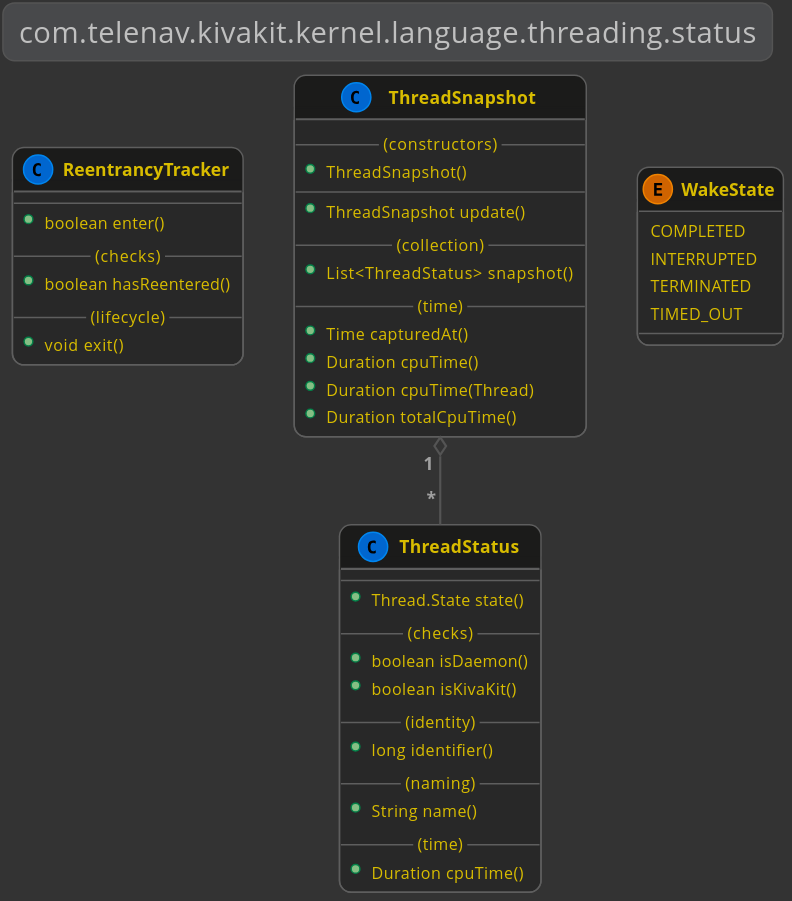
Before: docs/1.3.1-SNAPSHOT/lexakai/kivakit/kivakit-kernel/documentation/diagrams/com.telenav.kivakit.kernel.language.threading.status.svg, a diagram exported from PlantUML (Telenav/kivakit-assets). Source of this version:
```plantuml
@startuml

    !include lexakai.theme

    title "com.telenav.kivakit.kernel.language.threading.status"

    class ReentrancyTracker
    {
        --
        +boolean enter()
        --(checks)--
        +boolean hasReentered()
        --(lifecycle)--
        +void exit()
    }

    ThreadSnapshot "1" o-- "*" ThreadStatus
    class ThreadSnapshot
    {
        --(constructors)--
        +ThreadSnapshot()
        --
        +ThreadSnapshot update()
        --(collection)--
        +List<ThreadStatus> snapshot()
        --(time)--
        +Time capturedAt()
        +Duration cpuTime()
        +Duration cpuTime(Thread)
        +Duration totalCpuTime()
    }

    class ThreadStatus
    {
        --
        +Thread.State state()
        --(checks)--
        +boolean isDaemon()
        +boolean isKivaKit()
        --(identity)--
        +long identifier()
        --(naming)--
        +String name()
        --(time)--
        +Duration cpuTime()
    }

    enum WakeState
    {
        COMPLETED
        INTERRUPTED
        TERMINATED
        TIMED_OUT
    }

@enduml
```
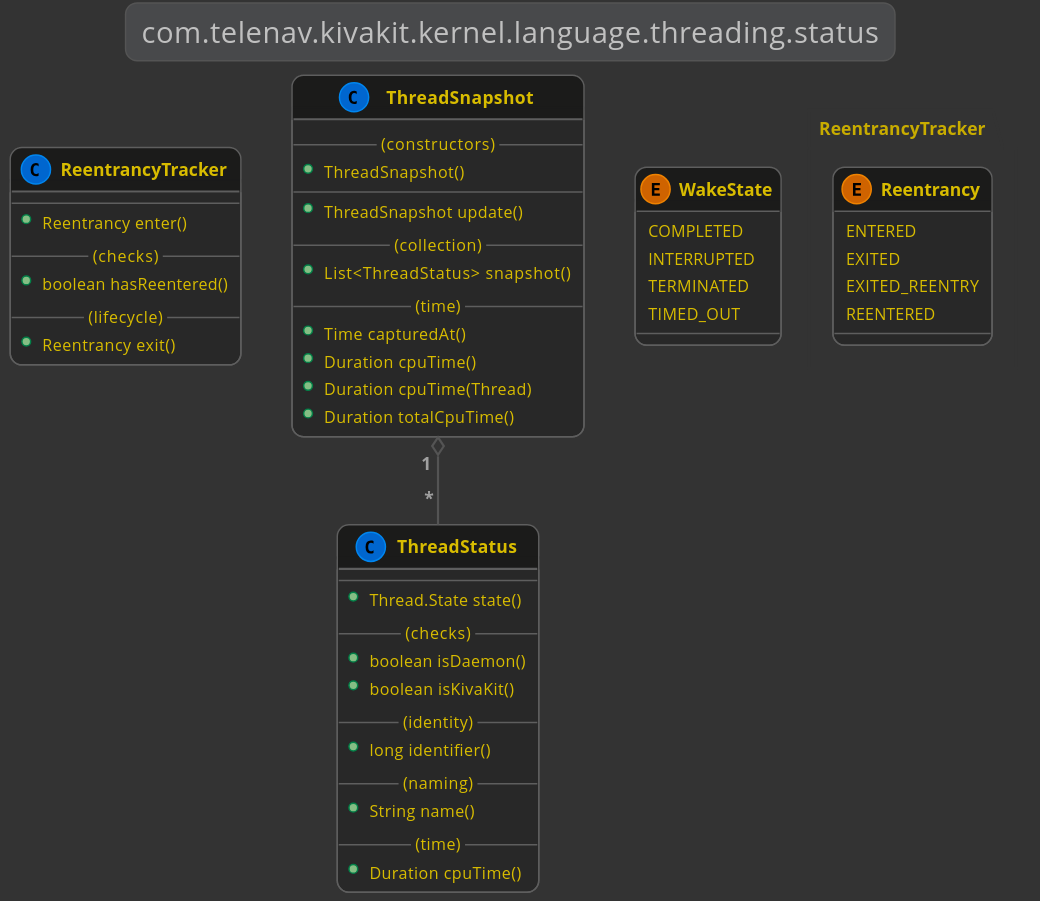
After the change.

The edit, as a diff of the source:
```diff
@@ -4,14 +4,22 @@
 
     title "com.telenav.kivakit.kernel.language.threading.status"
 
+    enum ReentrancyTracker.Reentrancy
+    {
+        ENTERED
+        EXITED
+        EXITED_REENTRY
+        REENTERED
+    }
+
     class ReentrancyTracker
     {
         --
-        +boolean enter()
+        +Reentrancy enter()
         --(checks)--
         +boolean hasReentered()
         --(lifecycle)--
-        +void exit()
+        +Reentrancy exit()
     }
 
     ThreadSnapshot "1" o-- "*" ThreadStatus
```
